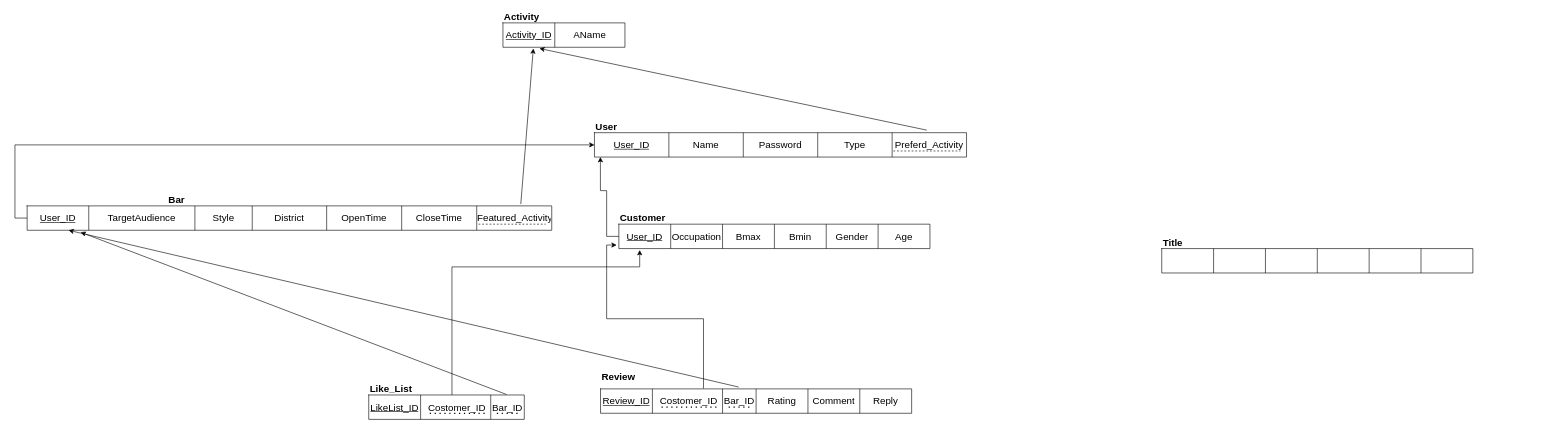
Above: DBDesign.drawio in tp12356twNccu/Database_NCCU (draw.io), before the change. Source tidied: cells renumbered, new cells numbered last; positions are measured from the earlier drawing's top-left corner, leaving out a move shared by most shapes. Both pictures are drawn from the tidied source at 61%, with x=0, y=0 at pixel (27, 10).
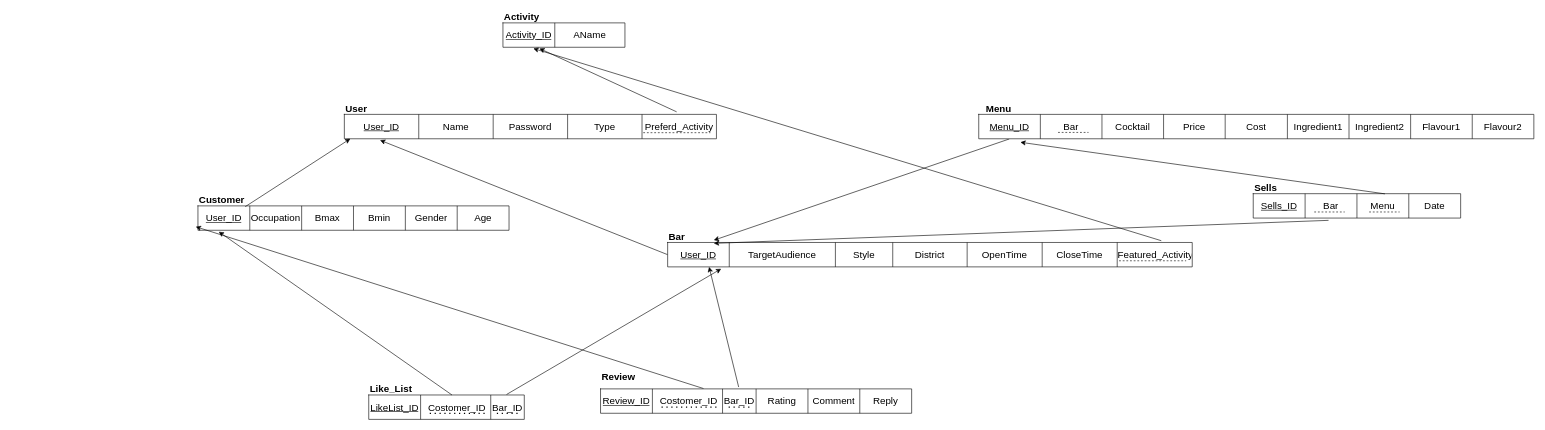
Above is the later version.

Unchanged cells that the change refers to:
```xml
<mxCell id="12" style="shape=tableRow;horizontal=0;startSize=0;swimlaneHead=0;swimlaneBody=0;strokeColor=inherit;top=0;left=0;bottom=0;right=0;fillColor=none;points=[[0,0.5],[1,0.5]];portConstraint=eastwest;fontSize=16;" parent="11" vertex="1">
  <mxGeometry width="610" height="40" as="geometry" />
</mxCell>
<mxCell id="20" style="shape=tableRow;horizontal=0;startSize=0;swimlaneHead=0;swimlaneBody=0;strokeColor=inherit;top=0;left=0;bottom=0;right=0;fillColor=none;points=[[0,0.5],[1,0.5]];portConstraint=eastwest;fontSize=16;" parent="19" vertex="1">
  <mxGeometry width="510" height="40" as="geometry" />
</mxCell>
<mxCell id="44" style="shape=tableRow;horizontal=0;startSize=0;swimlaneHead=0;swimlaneBody=0;strokeColor=inherit;top=0;left=0;bottom=0;right=0;fillColor=none;points=[[0,0.5],[1,0.5]];portConstraint=eastwest;fontSize=16;" parent="43" vertex="1">
  <mxGeometry width="255" height="40" as="geometry" />
</mxCell>
<mxCell id="54" style="shape=tableRow;horizontal=0;startSize=0;swimlaneHead=0;swimlaneBody=0;strokeColor=inherit;top=0;left=0;bottom=0;right=0;fillColor=none;points=[[0,0.5],[1,0.5]];portConstraint=eastwest;fontSize=16;" parent="53" vertex="1">
  <mxGeometry width="510" height="40" as="geometry" />
</mxCell>
```

The edit, as a diff of the source:
```diff
@@
-    <mxCell id="2" style="shape=table;startSize=0;childLayout=tableLayout;fontSize=16;" parent="1" vertex="1">
-      <mxGeometry x="1860" y="390" width="510" height="40" as="geometry" />
-    </mxCell>
-    <mxCell id="3" style="shape=tableRow;horizontal=0;startSize=0;swimlaneHead=0;swimlaneBody=0;strokeColor=inherit;top=0;left=0;bottom=0;right=0;fillColor=none;fontSize=16;" parent="2" vertex="1">
-      <mxGeometry width="510" height="40" as="geometry" />
-    </mxCell>
-    <mxCell id="4" style="shape=partialRectangle;html=1;whiteSpace=wrap;strokeColor=inherit;overflow=hidden;fillColor=none;top=0;left=0;bottom=0;right=0;fontSize=16;" parent="3" vertex="1">
-      <mxGeometry width="85" height="40" as="geometry" />
-    </mxCell>
-    <mxCell id="5" style="shape=partialRectangle;html=1;whiteSpace=wrap;strokeColor=inherit;overflow=hidden;fillColor=none;top=0;left=0;bottom=0;right=0;fontSize=16;" parent="3" vertex="1">
-      <mxGeometry x="85" width="85" height="40" as="geometry" />
-    </mxCell>
-    <mxCell id="6" style="shape=partialRectangle;html=1;whiteSpace=wrap;strokeColor=inherit;overflow=hidden;fillColor=none;top=0;left=0;bottom=0;right=0;fontSize=16;" parent="3" vertex="1">
-      <mxGeometry x="170" width="85" height="40" as="geometry" />
-    </mxCell>
-    <mxCell id="7" style="shape=partialRectangle;html=1;whiteSpace=wrap;strokeColor=inherit;overflow=hidden;fillColor=none;top=0;left=0;bottom=0;right=0;fontSize=16;" parent="3" vertex="1">
-      <mxGeometry x="255" width="85" height="40" as="geometry" />
-    </mxCell>
-    <mxCell id="8" style="shape=partialRectangle;html=1;whiteSpace=wrap;strokeColor=inherit;overflow=hidden;fillColor=none;top=0;left=0;bottom=0;right=0;fontSize=16;" parent="3" vertex="1">
-      <mxGeometry x="340" width="85" height="40" as="geometry" />
-    </mxCell>
-    <mxCell id="9" style="shape=partialRectangle;html=1;whiteSpace=wrap;strokeColor=inherit;overflow=hidden;fillColor=none;top=0;left=0;bottom=0;right=0;fontSize=12;" parent="3" vertex="1">
-      <mxGeometry x="425" width="85" height="40" as="geometry" />
-    </mxCell>
-    <mxCell id="10" value="Title" style="text;strokeColor=none;fillColor=none;html=1;fontSize=16;fontStyle=1;verticalAlign=middle;align=left;" parent="1" vertex="1">
-      <mxGeometry x="1860" y="370" width="60" height="20" as="geometry" />
-    </mxCell>
     <mxCell id="11" style="shape=table;startSize=0;childLayout=tableLayout;fontSize=12;" parent="1" vertex="1">
-      <mxGeometry x="930" y="200" width="610" height="40" as="geometry" />
+      <mxGeometry x="520" y="170" width="610" height="40" as="geometry" />
     </mxCell>
@@
     <mxCell id="18" value="User" style="text;strokeColor=none;fillColor=none;html=1;fontSize=16;fontStyle=1;verticalAlign=middle;align=left;" parent="1" vertex="1">
-      <mxGeometry x="930" y="180" width="60" height="20" as="geometry" />
+      <mxGeometry x="520" y="150" width="60" height="20" as="geometry" />
     </mxCell>
     <mxCell id="19" style="shape=table;startSize=0;childLayout=tableLayout;fontSize=12;" parent="1" vertex="1">
-      <mxGeometry x="970" y="350" width="510" height="40" as="geometry" />
+      <mxGeometry x="280" y="320" width="510" height="40" as="geometry" />
     </mxCell>
@@
     <mxCell id="27" value="Customer" style="text;strokeColor=none;fillColor=none;html=1;fontSize=16;fontStyle=1;verticalAlign=middle;align=left;" parent="1" vertex="1">
-      <mxGeometry x="970" y="330" width="60" height="20" as="geometry" />
+      <mxGeometry x="280" y="300" width="60" height="20" as="geometry" />
     </mxCell>
-    <mxCell id="28" style="edgeStyle=orthogonalEdgeStyle;rounded=0;jettySize=auto;html=1;exitX=0;exitY=0.5;exitDx=0;exitDy=0;entryX=0.016;entryY=0.999;entryDx=0;entryDy=0;entryPerimeter=0;" parent="1" edge="1" source="20" target="12">
+    <mxCell id="28" style="rounded=0;jettySize=auto;html=1;exitX=0.152;exitY=0.033;exitDx=0;exitDy=0;entryX=0.016;entryY=0.999;entryDx=0;entryDy=0;entryPerimeter=0;exitPerimeter=0;" parent="1" edge="1" source="20" target="12">
       <mxGeometry relative="1" as="geometry" />
     </mxCell>
-    <mxCell id="29" style="shape=table;startSize=0;childLayout=tableLayout;fontSize=12;" parent="1" vertex="1">
-      <mxGeometry y="320" width="860" height="40" as="geometry" />
-    </mxCell>
-    <mxCell id="30" style="shape=tableRow;horizontal=0;startSize=0;swimlaneHead=0;swimlaneBody=0;strokeColor=inherit;top=0;left=0;bottom=0;right=0;fillColor=none;points=[[0,0.5],[1,0.5]];portConstraint=eastwest;fontSize=16;" parent="29" vertex="1">
-      <mxGeometry width="860" height="40" as="geometry" />
-    </mxCell>
-    <mxCell id="31" value="User_ID" style="shape=partialRectangle;html=1;whiteSpace=wrap;strokeColor=inherit;overflow=hidden;fillColor=none;top=0;left=0;bottom=0;right=0;fontSize=16;fontStyle=4;" parent="30" vertex="1">
-      <mxGeometry width="101" height="40" as="geometry" />
-    </mxCell>
-    <mxCell id="32" value="TargetAudience" style="shape=partialRectangle;html=1;whiteSpace=wrap;strokeColor=inherit;overflow=hidden;fillColor=none;top=0;left=0;bottom=0;right=0;fontSize=16;" parent="30" vertex="1">
-      <mxGeometry x="101" width="174" height="40" as="geometry" />
-    </mxCell>
-    <mxCell id="33" value="Style" style="shape=partialRectangle;html=1;whiteSpace=wrap;strokeColor=inherit;overflow=hidden;fillColor=none;top=0;left=0;bottom=0;right=0;fontSize=16;" parent="30" vertex="1">
-      <mxGeometry x="275" width="94" height="40" as="geometry" />
-    </mxCell>
-    <mxCell id="34" value="District" style="shape=partialRectangle;html=1;whiteSpace=wrap;strokeColor=inherit;overflow=hidden;fillColor=none;top=0;left=0;bottom=0;right=0;fontSize=16;" parent="30" vertex="1">
-      <mxGeometry x="369" width="122" height="40" as="geometry" />
-    </mxCell>
-    <mxCell id="35" value="OpenTime" style="shape=partialRectangle;html=1;whiteSpace=wrap;strokeColor=inherit;overflow=hidden;fillColor=none;top=0;left=0;bottom=0;right=0;fontSize=16;" parent="30" vertex="1">
-      <mxGeometry x="491" width="123" height="40" as="geometry" />
-    </mxCell>
-    <mxCell id="36" value="CloseTime" style="shape=partialRectangle;html=1;whiteSpace=wrap;strokeColor=inherit;overflow=hidden;fillColor=none;top=0;left=0;bottom=0;right=0;fontSize=16;" parent="30" vertex="1">
-      <mxGeometry x="614" width="123" height="40" as="geometry" />
-    </mxCell>
-    <mxCell id="37" value="Featured_Activity" style="shape=partialRectangle;html=1;whiteSpace=wrap;strokeColor=inherit;overflow=hidden;fillColor=none;top=0;left=0;bottom=0;right=0;fontSize=16;" parent="30" vertex="1">
-      <mxGeometry x="737" width="123" height="40" as="geometry" />
-    </mxCell>
-    <mxCell id="38" value="Bar" style="text;strokeColor=none;fillColor=none;html=1;fontSize=16;fontStyle=1;verticalAlign=middle;align=left;" parent="1" vertex="1">
-      <mxGeometry x="230" y="300" width="60" height="20" as="geometry" />
-    </mxCell>
-    <mxCell id="39" style="edgeStyle=orthogonalEdgeStyle;rounded=0;jettySize=auto;html=1;exitX=0;exitY=0.5;exitDx=0;exitDy=0;entryX=0;entryY=0.5;entryDx=0;entryDy=0;" parent="1" edge="1" source="30" target="12">
+    <mxCell id="39" style="rounded=0;jettySize=auto;html=1;exitX=0;exitY=0.5;exitDx=0;exitDy=0;entryX=0.096;entryY=1.059;entryDx=0;entryDy=0;entryPerimeter=0;" parent="1" edge="1" source="30" target="12">
       <mxGeometry relative="1" as="geometry" />
     </mxCell>
-    <mxCell id="40" style="edgeStyle=orthogonalEdgeStyle;rounded=0;jettySize=auto;html=1;exitX=0.331;exitY=-0.013;exitDx=0;exitDy=0;exitPerimeter=0;entryX=-0.007;entryY=0.855;entryDx=0;entryDy=0;entryPerimeter=0;" parent="1" edge="1" source="54" target="20">
+    <mxCell id="40" style="rounded=0;jettySize=auto;html=1;exitX=0.331;exitY=-0.013;exitDx=0;exitDy=0;exitPerimeter=0;entryX=-0.007;entryY=0.855;entryDx=0;entryDy=0;entryPerimeter=0;" parent="1" edge="1" source="54" target="20">
       <mxGeometry relative="1" as="geometry" />
     </mxCell>
@@
-    <mxCell id="51" style="endArrow=classic;html=1;rounded=0;exitX=0.535;exitY=0;exitDx=0;exitDy=0;exitPerimeter=0;edgeStyle=orthogonalEdgeStyle;entryX=0.067;entryY=1.06;entryDx=0;entryDy=0;entryPerimeter=0;" parent="1" edge="1" source="44" target="20">
-      <mxGeometry relative="1" as="geometry">
-        <Array as="points">
-          <mxPoint x="696" y="420" />
-          <mxPoint x="1004" y="420" />
-        </Array>
-      </mxGeometry>
+    <mxCell id="51" style="endArrow=classic;html=1;rounded=0;exitX=0.535;exitY=0;exitDx=0;exitDy=0;exitPerimeter=0;entryX=0.067;entryY=1.06;entryDx=0;entryDy=0;entryPerimeter=0;" parent="1" edge="1" source="44" target="20">
+      <mxGeometry relative="1" as="geometry" />
     </mxCell>
@@
-    <mxCell id="68" style="endArrow=none;dashed=1;html=1;rounded=0;" parent="1" edge="1">
-      <mxGeometry relative="1" as="geometry">
-        <mxPoint x="740" y="350" as="sourcePoint" />
-        <mxPoint x="850" y="350" as="targetPoint" />
-      </mxGeometry>
-    </mxCell>
     <mxCell id="69" style="endArrow=none;dashed=1;html=1;rounded=0;" parent="1" edge="1">
       <mxGeometry relative="1" as="geometry">
-        <mxPoint x="1420" y="230" as="sourcePoint" />
-        <mxPoint x="1530" y="230" as="targetPoint" />
+        <mxPoint x="1010" y="200" as="sourcePoint" />
+        <mxPoint x="1120" y="200" as="targetPoint" />
       </mxGeometry>
     </mxCell>
@@
+    <mxCell id="29" style="shape=table;startSize=0;childLayout=tableLayout;fontSize=12;" parent="1" vertex="1">
+      <mxGeometry x="1050" y="380" width="860" height="40" as="geometry" />
+    </mxCell>
+    <mxCell id="30" style="shape=tableRow;horizontal=0;startSize=0;swimlaneHead=0;swimlaneBody=0;strokeColor=inherit;top=0;left=0;bottom=0;right=0;fillColor=none;points=[[0,0.5],[1,0.5]];portConstraint=eastwest;fontSize=16;" parent="29" vertex="1">
+      <mxGeometry width="860" height="40" as="geometry" />
+    </mxCell>
+    <mxCell id="31" value="User_ID" style="shape=partialRectangle;html=1;whiteSpace=wrap;strokeColor=inherit;overflow=hidden;fillColor=none;top=0;left=0;bottom=0;right=0;fontSize=16;fontStyle=4;" parent="30" vertex="1">
+      <mxGeometry width="101" height="40" as="geometry" />
+    </mxCell>
+    <mxCell id="32" value="TargetAudience" style="shape=partialRectangle;html=1;whiteSpace=wrap;strokeColor=inherit;overflow=hidden;fillColor=none;top=0;left=0;bottom=0;right=0;fontSize=16;" parent="30" vertex="1">
+      <mxGeometry x="101" width="174" height="40" as="geometry" />
+    </mxCell>
+    <mxCell id="33" value="Style" style="shape=partialRectangle;html=1;whiteSpace=wrap;strokeColor=inherit;overflow=hidden;fillColor=none;top=0;left=0;bottom=0;right=0;fontSize=16;" parent="30" vertex="1">
+      <mxGeometry x="275" width="94" height="40" as="geometry" />
+    </mxCell>
+    <mxCell id="34" value="District" style="shape=partialRectangle;html=1;whiteSpace=wrap;strokeColor=inherit;overflow=hidden;fillColor=none;top=0;left=0;bottom=0;right=0;fontSize=16;" parent="30" vertex="1">
+      <mxGeometry x="369" width="122" height="40" as="geometry" />
+    </mxCell>
+    <mxCell id="35" value="OpenTime" style="shape=partialRectangle;html=1;whiteSpace=wrap;strokeColor=inherit;overflow=hidden;fillColor=none;top=0;left=0;bottom=0;right=0;fontSize=16;" parent="30" vertex="1">
+      <mxGeometry x="491" width="123" height="40" as="geometry" />
+    </mxCell>
+    <mxCell id="36" value="CloseTime" style="shape=partialRectangle;html=1;whiteSpace=wrap;strokeColor=inherit;overflow=hidden;fillColor=none;top=0;left=0;bottom=0;right=0;fontSize=16;" parent="30" vertex="1">
+      <mxGeometry x="614" width="123" height="40" as="geometry" />
+    </mxCell>
+    <mxCell id="37" value="Featured_Activity" style="shape=partialRectangle;html=1;whiteSpace=wrap;strokeColor=inherit;overflow=hidden;fillColor=none;top=0;left=0;bottom=0;right=0;fontSize=16;" parent="30" vertex="1">
+      <mxGeometry x="737" width="123" height="40" as="geometry" />
+    </mxCell>
+    <mxCell id="38" value="Bar" style="text;strokeColor=none;fillColor=none;html=1;fontSize=16;fontStyle=1;verticalAlign=middle;align=left;" parent="1" vertex="1">
+      <mxGeometry x="1050" y="360" width="60" height="20" as="geometry" />
+    </mxCell>
+    <mxCell id="68" style="endArrow=none;dashed=1;html=1;rounded=0;" parent="1" edge="1">
+      <mxGeometry relative="1" as="geometry">
+        <mxPoint x="1790" y="410" as="sourcePoint" />
+        <mxPoint x="1900" y="410" as="targetPoint" />
+      </mxGeometry>
+    </mxCell>
+    <mxCell id="72" style="endArrow=classic;html=1;rounded=0;strokeColor=default;align=center;verticalAlign=middle;fontFamily=Helvetica;fontSize=11;fontColor=default;labelBackgroundColor=default;entryX=0.088;entryY=-0.092;entryDx=0;entryDy=0;entryPerimeter=0;exitX=0.055;exitY=1.008;exitDx=0;exitDy=0;exitPerimeter=0;" parent="1" edge="1" source="75" target="30">
+      <mxGeometry relative="1" as="geometry" />
+    </mxCell>
+    <mxCell id="73" value="Menu" style="text;strokeColor=none;fillColor=none;html=1;fontSize=16;fontStyle=1;verticalAlign=middle;align=left;" parent="1" vertex="1">
+      <mxGeometry x="1570" y="150" width="60" height="20" as="geometry" />
+    </mxCell>
+    <mxCell id="74" style="shape=table;startSize=0;childLayout=tableLayout;fontSize=16;" parent="1" vertex="1">
+      <mxGeometry x="1560" y="170" width="910" height="40" as="geometry" />
+    </mxCell>
+    <mxCell id="75" style="shape=tableRow;horizontal=0;startSize=0;swimlaneHead=0;swimlaneBody=0;strokeColor=inherit;top=0;left=0;bottom=0;right=0;fillColor=none;points=[[0,0.5],[1,0.5]];portConstraint=eastwest;fontSize=16;" parent="74" vertex="1">
+      <mxGeometry width="910" height="40" as="geometry" />
+    </mxCell>
+    <mxCell id="76" value="&lt;u&gt;Menu_ID&lt;/u&gt;" style="shape=partialRectangle;html=1;whiteSpace=wrap;strokeColor=inherit;overflow=hidden;fillColor=none;top=0;left=0;bottom=0;right=0;fontSize=16;" parent="75" vertex="1">
+      <mxGeometry width="101" height="40" as="geometry" />
+    </mxCell>
+    <mxCell id="77" value="Bar" style="shape=partialRectangle;html=1;whiteSpace=wrap;strokeColor=inherit;overflow=hidden;fillColor=none;top=0;left=0;bottom=0;right=0;fontSize=16;" parent="75" vertex="1">
+      <mxGeometry x="101" width="101" height="40" as="geometry" />
+    </mxCell>
+    <mxCell id="78" value="Cocktail" style="shape=partialRectangle;html=1;whiteSpace=wrap;strokeColor=inherit;overflow=hidden;fillColor=none;top=0;left=0;bottom=0;right=0;fontSize=16;" parent="75" vertex="1">
+      <mxGeometry x="202" width="101" height="40" as="geometry" />
+    </mxCell>
+    <mxCell id="79" value="Price" style="shape=partialRectangle;html=1;whiteSpace=wrap;strokeColor=inherit;overflow=hidden;fillColor=none;top=0;left=0;bottom=0;right=0;fontSize=16;" parent="75" vertex="1">
+      <mxGeometry x="303" width="101" height="40" as="geometry" />
+    </mxCell>
+    <mxCell id="80" value="Cost" style="shape=partialRectangle;html=1;whiteSpace=wrap;strokeColor=inherit;overflow=hidden;fillColor=none;top=0;left=0;bottom=0;right=0;fontSize=16;" parent="75" vertex="1">
+      <mxGeometry x="404" width="102" height="40" as="geometry" />
+    </mxCell>
+    <mxCell id="81" value="Ingredient1" style="shape=partialRectangle;html=1;whiteSpace=wrap;strokeColor=inherit;overflow=hidden;fillColor=none;top=0;left=0;bottom=0;right=0;fontSize=16;" parent="75" vertex="1">
+      <mxGeometry x="506" width="101" height="40" as="geometry" />
+    </mxCell>
+    <mxCell id="82" value="Ingredient2" style="shape=partialRectangle;html=1;whiteSpace=wrap;strokeColor=inherit;overflow=hidden;fillColor=none;top=0;left=0;bottom=0;right=0;fontSize=16;" parent="75" vertex="1">
+      <mxGeometry x="607" width="101" height="40" as="geometry" />
+    </mxCell>
+    <mxCell id="83" value="Flavour1" style="shape=partialRectangle;html=1;whiteSpace=wrap;strokeColor=inherit;overflow=hidden;fillColor=none;top=0;left=0;bottom=0;right=0;fontSize=16;" parent="75" vertex="1">
+      <mxGeometry x="708" width="101" height="40" as="geometry" />
+    </mxCell>
+    <mxCell id="84" value="Flavour2" style="shape=partialRectangle;html=1;whiteSpace=wrap;strokeColor=inherit;overflow=hidden;fillColor=none;top=0;left=0;bottom=0;right=0;fontSize=16;" parent="75" vertex="1">
+      <mxGeometry x="809" width="101" height="40" as="geometry" />
+    </mxCell>
+    <mxCell id="85" style="endArrow=none;dashed=1;html=1;rounded=0;strokeColor=default;align=center;verticalAlign=middle;fontFamily=Helvetica;fontSize=11;fontColor=default;labelBackgroundColor=default;" parent="1" edge="1">
+      <mxGeometry relative="1" as="geometry">
+        <mxPoint x="1690" y="199.6" as="sourcePoint" />
+        <mxPoint x="1740" y="199.6" as="targetPoint" />
+      </mxGeometry>
+    </mxCell>
+    <mxCell id="86" style="shape=table;startSize=0;childLayout=tableLayout;fontSize=16;" parent="1" vertex="1">
+      <mxGeometry x="2010" y="300" width="340" height="40" as="geometry" />
+    </mxCell>
+    <mxCell id="87" style="shape=tableRow;horizontal=0;startSize=0;swimlaneHead=0;swimlaneBody=0;strokeColor=inherit;top=0;left=0;bottom=0;right=0;fillColor=none;points=[[0,0.5],[1,0.5]];portConstraint=eastwest;fontSize=16;" parent="86" vertex="1">
+      <mxGeometry width="340" height="40" as="geometry" />
+    </mxCell>
+    <mxCell id="88" value="&lt;u&gt;Sells_ID&lt;/u&gt;" style="shape=partialRectangle;html=1;whiteSpace=wrap;strokeColor=inherit;overflow=hidden;fillColor=none;top=0;left=0;bottom=0;right=0;fontSize=16;" parent="87" vertex="1">
+      <mxGeometry width="85" height="40" as="geometry" />
+    </mxCell>
+    <mxCell id="89" value="Bar" style="shape=partialRectangle;html=1;whiteSpace=wrap;strokeColor=inherit;overflow=hidden;fillColor=none;top=0;left=0;bottom=0;right=0;fontSize=16;" parent="87" vertex="1">
+      <mxGeometry x="85" width="85" height="40" as="geometry" />
+    </mxCell>
+    <mxCell id="90" value="Menu" style="shape=partialRectangle;html=1;whiteSpace=wrap;strokeColor=inherit;overflow=hidden;fillColor=none;top=0;left=0;bottom=0;right=0;fontSize=16;" parent="87" vertex="1">
+      <mxGeometry x="170" width="85" height="40" as="geometry" />
+    </mxCell>
+    <mxCell id="91" value="Date" style="shape=partialRectangle;html=1;whiteSpace=wrap;strokeColor=inherit;overflow=hidden;fillColor=none;top=0;left=0;bottom=0;right=0;fontSize=16;" parent="87" vertex="1">
+      <mxGeometry x="255" width="85" height="40" as="geometry" />
+    </mxCell>
+    <mxCell id="92" value="Sells" style="text;strokeColor=none;fillColor=none;html=1;fontSize=16;fontStyle=1;verticalAlign=middle;align=left;" parent="1" vertex="1">
+      <mxGeometry x="2010" y="280" width="60" height="20" as="geometry" />
+    </mxCell>
+    <mxCell id="93" style="endArrow=none;dashed=1;html=1;rounded=0;strokeColor=default;align=center;verticalAlign=middle;fontFamily=Helvetica;fontSize=11;fontColor=default;labelBackgroundColor=default;" parent="1" edge="1">
+      <mxGeometry relative="1" as="geometry">
+        <mxPoint x="2110" y="330" as="sourcePoint" />
+        <mxPoint x="2160" y="330" as="targetPoint" />
+      </mxGeometry>
+    </mxCell>
+    <mxCell id="94" style="endArrow=none;dashed=1;html=1;rounded=0;strokeColor=default;align=center;verticalAlign=middle;fontFamily=Helvetica;fontSize=11;fontColor=default;labelBackgroundColor=default;" parent="1" edge="1">
+      <mxGeometry relative="1" as="geometry">
+        <mxPoint x="2200" y="330" as="sourcePoint" />
+        <mxPoint x="2250" y="330" as="targetPoint" />
+      </mxGeometry>
+    </mxCell>
+    <mxCell id="95" style="endArrow=classic;html=1;rounded=0;strokeColor=default;align=center;verticalAlign=middle;fontFamily=Helvetica;fontSize=11;fontColor=default;labelBackgroundColor=default;exitX=0.363;exitY=1.093;exitDx=0;exitDy=0;exitPerimeter=0;entryX=0.088;entryY=0.036;entryDx=0;entryDy=0;entryPerimeter=0;" parent="1" edge="1" source="87" target="30">
+      <mxGeometry relative="1" as="geometry" />
+    </mxCell>
+    <mxCell id="96" style="endArrow=classic;html=1;rounded=0;strokeColor=default;align=center;verticalAlign=middle;fontFamily=Helvetica;fontSize=11;fontColor=default;labelBackgroundColor=default;exitX=0.635;exitY=0.007;exitDx=0;exitDy=0;exitPerimeter=0;entryX=0.075;entryY=1.143;entryDx=0;entryDy=0;entryPerimeter=0;" parent="1" edge="1" source="87" target="75">
+      <mxGeometry relative="1" as="geometry" />
+    </mxCell>
```
